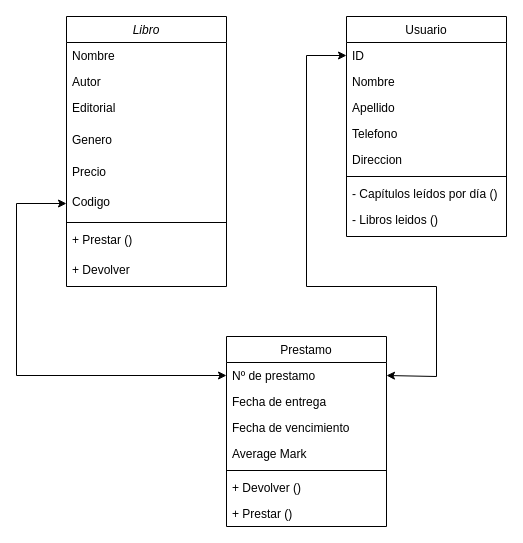
The draw.io diagram Diagrama sin título.drawio in Nicolasosvaldomarquez/Diagrama-de-Casos, before the edit. Source tidied: cells renumbered, new cells numbered last; positions are measured from the earlier drawing's top-left corner, leaving out a move shared by most shapes. Both pictures are drawn from the tidied source at 100%, with x=0, y=0 at pixel (16, 16).
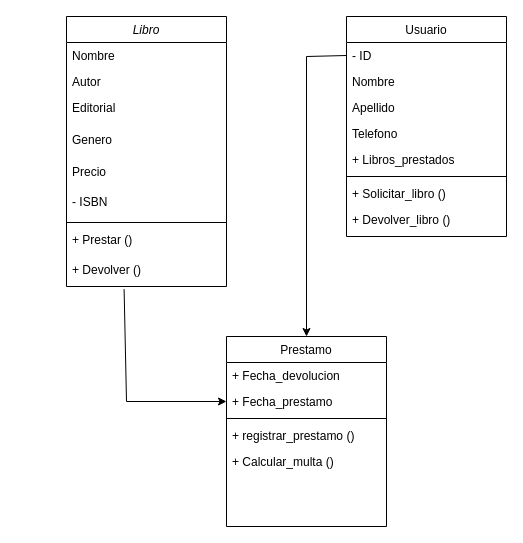
The same page after the edit.

The change refers to these unchanged cells:
```xml
<mxCell id="2" value="Libro&#10;" style="swimlane;fontStyle=2;align=center;verticalAlign=top;horizontal=1;startSize=26;rounded=0;shadow=0;strokeWidth=1;" parent="1" vertex="1">
  <mxGeometry x="50" width="160" height="270" as="geometry" />
</mxCell>
<mxCell id="12" value="Prestamo&#10;" style="swimlane;fontStyle=0;align=center;verticalAlign=top;horizontal=1;startSize=26;rounded=0;shadow=0;strokeWidth=1;" parent="1" vertex="1">
  <mxGeometry x="210" y="320" width="160" height="190" as="geometry" />
</mxCell>
<mxCell id="20" value="Usuario&#10;" style="swimlane;fontStyle=0;align=center;verticalAlign=top;horizontal=1;startSize=26;rounded=0;shadow=0;strokeWidth=1;" parent="1" vertex="1">
  <mxGeometry x="330" width="160" height="220" as="geometry" />
</mxCell>
```

Change to the diagram source:
```diff
@@
-    <mxCell id="8" value="Codigo" style="text;align=left;verticalAlign=top;spacingLeft=4;spacingRight=4;overflow=hidden;points=[[0,0.5],[1,0.5]];portConstraint=eastwest;" parent="2" vertex="1">
+    <mxCell id="8" value="- ISBN" style="text;align=left;verticalAlign=top;spacingLeft=4;spacingRight=4;overflow=hidden;points=[[0,0.5],[1,0.5]];portConstraint=eastwest;" parent="2" vertex="1">
       <mxGeometry y="172" width="160" height="30" as="geometry" />
     </mxCell>
@@
-    <mxCell id="11" value="+ Devolver&#10;" style="text;align=left;verticalAlign=top;spacingLeft=4;spacingRight=4;overflow=hidden;points=[[0,0.5],[1,0.5]];portConstraint=eastwest;" parent="2" vertex="1">
+    <mxCell id="11" value="+ Devolver ()&#10;" style="text;align=left;verticalAlign=top;spacingLeft=4;spacingRight=4;overflow=hidden;points=[[0,0.5],[1,0.5]];portConstraint=eastwest;" parent="2" vertex="1">
       <mxGeometry y="240" width="160" height="30" as="geometry" />
     </mxCell>
@@
-    <mxCell id="13" value="Nº de prestamo" style="text;align=left;verticalAlign=top;spacingLeft=4;spacingRight=4;overflow=hidden;points=[[0,0.5],[1,0.5]];portConstraint=eastwest;" parent="12" vertex="1">
+    <mxCell id="13" value="+ Fecha_devolucion" style="text;align=left;verticalAlign=top;spacingLeft=4;spacingRight=4;overflow=hidden;points=[[0,0.5],[1,0.5]];portConstraint=eastwest;" parent="12" vertex="1">
       <mxGeometry y="26" width="160" height="26" as="geometry" />
     </mxCell>
-    <mxCell id="14" value="Fecha de entrega" style="text;align=left;verticalAlign=top;spacingLeft=4;spacingRight=4;overflow=hidden;points=[[0,0.5],[1,0.5]];portConstraint=eastwest;rounded=0;shadow=0;html=0;" parent="12" vertex="1">
+    <mxCell id="14" value="+ Fecha_prestamo" style="text;align=left;verticalAlign=top;spacingLeft=4;spacingRight=4;overflow=hidden;points=[[0,0.5],[1,0.5]];portConstraint=eastwest;rounded=0;shadow=0;html=0;" parent="12" vertex="1">
       <mxGeometry y="52" width="160" height="26" as="geometry" />
     </mxCell>
-    <mxCell id="15" value="Fecha de vencimiento" style="text;align=left;verticalAlign=top;spacingLeft=4;spacingRight=4;overflow=hidden;rounded=0;shadow=0;html=0;" parent="12" vertex="1">
-      <mxGeometry y="78" width="160" height="26" as="geometry" />
-    </mxCell>
-    <mxCell id="16" value="Average Mark" style="text;align=left;verticalAlign=top;spacingLeft=4;spacingRight=4;overflow=hidden;rounded=0;shadow=0;html=0;" parent="12" vertex="1">
-      <mxGeometry y="104" width="160" height="26" as="geometry" />
-    </mxCell>
     <mxCell id="17" style="line;html=1;strokeWidth=1;align=left;verticalAlign=middle;spacingTop=-1;spacingLeft=3;spacingRight=3;labelPosition=right;" parent="12" vertex="1">
-      <mxGeometry y="130" width="160" height="8" as="geometry" />
+      <mxGeometry y="78" width="160" height="8" as="geometry" />
     </mxCell>
-    <mxCell id="18" value="+ Devolver ()" style="text;align=left;verticalAlign=top;spacingLeft=4;spacingRight=4;overflow=hidden;" parent="12" vertex="1">
-      <mxGeometry y="138" width="160" height="26" as="geometry" />
+    <mxCell id="18" value="+ registrar_prestamo ()" style="text;align=left;verticalAlign=top;spacingLeft=4;spacingRight=4;overflow=hidden;" parent="12" vertex="1">
+      <mxGeometry y="86" width="160" height="26" as="geometry" />
     </mxCell>
-    <mxCell id="19" value="+ Prestar ()" style="text;align=left;verticalAlign=top;spacingLeft=4;spacingRight=4;overflow=hidden;" parent="12" vertex="1">
-      <mxGeometry y="164" width="160" height="26" as="geometry" />
+    <mxCell id="19" value="+ Calcular_multa ()" style="text;align=left;verticalAlign=top;spacingLeft=4;spacingRight=4;overflow=hidden;" parent="12" vertex="1">
+      <mxGeometry y="112" width="160" height="26" as="geometry" />
     </mxCell>
@@
-    <mxCell id="21" value="ID" style="text;align=left;verticalAlign=top;spacingLeft=4;spacingRight=4;overflow=hidden;points=[[0,0.5],[1,0.5]];portConstraint=eastwest;" parent="20" vertex="1">
+    <mxCell id="21" value="- ID" style="text;align=left;verticalAlign=top;spacingLeft=4;spacingRight=4;overflow=hidden;points=[[0,0.5],[1,0.5]];portConstraint=eastwest;" parent="20" vertex="1">
       <mxGeometry y="26" width="160" height="26" as="geometry" />
     </mxCell>
@@
-    <mxCell id="25" value="Direccion" style="text;align=left;verticalAlign=top;spacingLeft=4;spacingRight=4;overflow=hidden;rounded=0;shadow=0;html=0;" parent="20" vertex="1">
+    <mxCell id="25" value="+ Libros_prestados" style="text;align=left;verticalAlign=top;spacingLeft=4;spacingRight=4;overflow=hidden;rounded=0;shadow=0;html=0;" parent="20" vertex="1">
       <mxGeometry y="130" width="160" height="26" as="geometry" />
     </mxCell>
@@
-    <mxCell id="27" value="- Capítulos leídos por día ()" style="text;align=left;verticalAlign=top;spacingLeft=4;spacingRight=4;overflow=hidden;" parent="20" vertex="1">
+    <mxCell id="27" value="+ Solicitar_libro ()" style="text;align=left;verticalAlign=top;spacingLeft=4;spacingRight=4;overflow=hidden;" parent="20" vertex="1">
       <mxGeometry y="164" width="160" height="26" as="geometry" />
     </mxCell>
-    <mxCell id="28" value="- Libros leidos ()" style="text;align=left;verticalAlign=top;spacingLeft=4;spacingRight=4;overflow=hidden;" parent="20" vertex="1">
+    <mxCell id="28" value="+ Devolver_libro ()" style="text;align=left;verticalAlign=top;spacingLeft=4;spacingRight=4;overflow=hidden;" parent="20" vertex="1">
       <mxGeometry y="190" width="160" height="26" as="geometry" />
     </mxCell>
-    <mxCell id="29" style="endArrow=classic;startArrow=classic;html=1;rounded=0;entryX=0;entryY=0.5;entryDx=0;entryDy=0;exitX=0;exitY=0.5;exitDx=0;exitDy=0;" parent="1" edge="1" source="8" target="13">
-      <mxGeometry relative="1" as="geometry">
-        <Array as="points">
-          <mxPoint y="187" />
-          <mxPoint y="359" />
-        </Array>
-      </mxGeometry>
-    </mxCell>
-    <mxCell id="30" style="endArrow=classic;startArrow=classic;html=1;rounded=0;entryX=0;entryY=0.5;entryDx=0;entryDy=0;exitX=1;exitY=0.5;exitDx=0;exitDy=0;" parent="1" edge="1" source="13" target="21">
-      <mxGeometry relative="1" as="geometry">
-        <Array as="points">
-          <mxPoint x="420" y="360" />
-          <mxPoint x="420" y="270" />
-          <mxPoint x="290" y="270" />
-          <mxPoint x="290" y="39" />
-        </Array>
-      </mxGeometry>
-    </mxCell>
+    <mxCell id="31" style="endArrow=classic;html=1;rounded=0;exitX=0;exitY=0.5;exitDx=0;exitDy=0;entryX=0.5;entryY=0;entryDx=0;entryDy=0;" parent="1" edge="1" source="21" target="12">
+      <mxGeometry relative="1" as="geometry">
+        <Array as="points">
+          <mxPoint x="290" y="40" />
+        </Array>
+      </mxGeometry>
+    </mxCell>
+    <mxCell id="32" style="endArrow=classic;html=1;rounded=0;exitX=0.36;exitY=1.087;exitDx=0;exitDy=0;exitPerimeter=0;entryX=0;entryY=0.5;entryDx=0;entryDy=0;" parent="1" edge="1" source="11" target="14">
+      <mxGeometry relative="1" as="geometry">
+        <Array as="points">
+          <mxPoint x="110" y="385" />
+        </Array>
+      </mxGeometry>
+    </mxCell>
```
